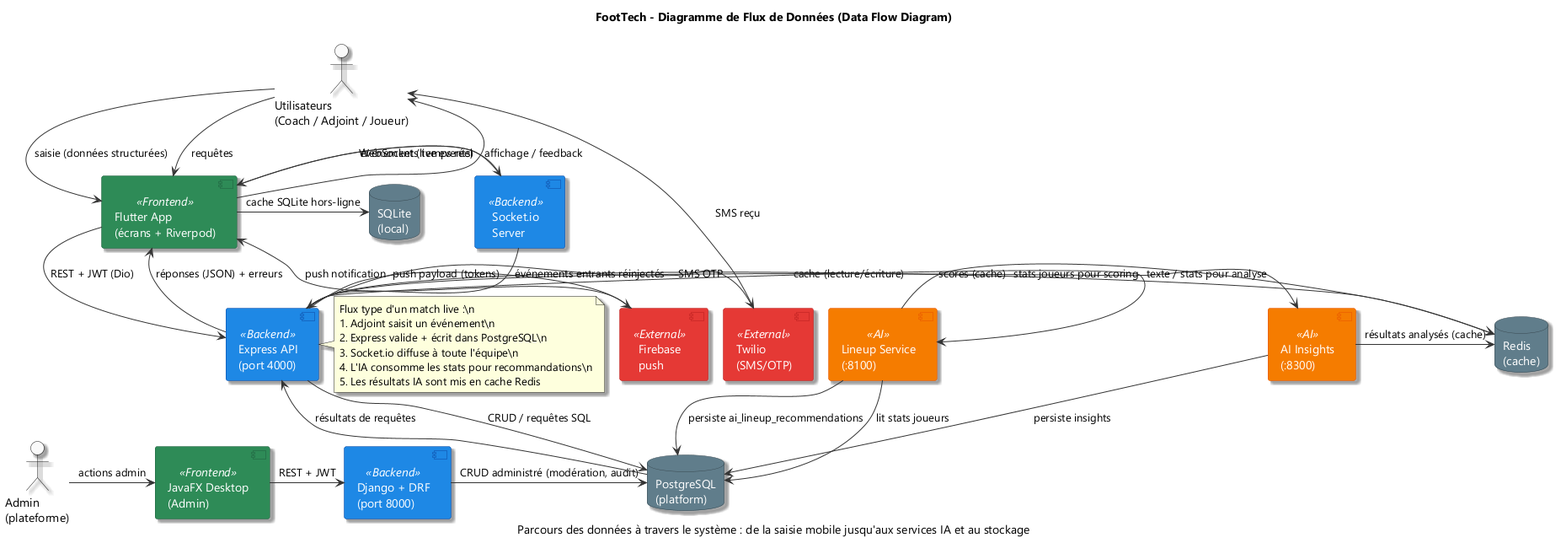
Earlier version of the PlantUML export diagrammes/12_data_flow.png (boubayafares/pfe_complete). The source it was exported from:
```plantuml
@startuml
!pragma layout smetana
title FootTech - Diagramme de Flux de Données (Data Flow Diagram)
caption Parcours des données à travers le système : de la saisie mobile jusqu'aux services IA et au stockage

skinparam backgroundColor #FFFFFF
skinparam defaultFontName "Segoe UI"
skinparam shadowing true
skinparam ArrowColor #333333

skinparam actor {
    BackgroundColor #FAFAFA
}
skinparam component {
    BackgroundColor #EEEEEE
    BorderColor #616161
}
skinparam component<<Frontend>> {
    BackgroundColor #2E8B57
    BorderColor #1F5C3D
    FontColor #FFFFFF
}
skinparam component<<Backend>> {
    BackgroundColor #1E88E5
    BorderColor #0D47A1
    FontColor #FFFFFF
}
skinparam component<<AI>> {
    BackgroundColor #F57C00
    BorderColor #E65100
    FontColor #FFFFFF
}
skinparam component<<External>> {
    BackgroundColor #E53935
    BorderColor #B71C1C
    FontColor #FFFFFF
}
skinparam database {
    BackgroundColor #607D8B
    BorderColor #37474F
    FontColor #FFFFFF
}

actor "Utilisateurs\n(Coach / Adjoint / Joueur)" as USERS
actor "Admin\n(plateforme)" as ADMIN

component "Flutter App\n(écrans + Riverpod)" as FLUTTER <<Frontend>>
component "JavaFX Desktop\n(Admin)" as JAVAFX <<Frontend>>

component "Express API\n(port 4000)" as EXPRESS <<Backend>>
component "Django + DRF\n(port 8000)" as DJANGO <<Backend>>
component "Socket.io\nServer" as SOCKET <<Backend>>

component "AI Insights\n(:8300)" as AI <<AI>>
component "Lineup Service\n(:8100)" as RECO <<AI>>
component "Firebase\npush" as FCM <<External>>
component "Twilio\n(SMS/OTP)" as TWILIO <<External>>

database "Redis\n(cache)" as REDIS
database "PostgreSQL\n(platform)" as PG
database "SQLite\n(local)" as LOCALDB


USERS -> FLUTTER : "saisie (données structurées)"
USERS -> FLUTTER : "requêtes"

FLUTTER -> EXPRESS : "REST + JWT (Dio)"
FLUTTER -> SOCKET : "WebSocket (live events)"

EXPRESS -> PG : "CRUD / requêtes SQL"
EXPRESS -> REDIS : "cache (lecture/écriture)"

EXPRESS -> AI : "texte / stats pour analyse"
EXPRESS -> RECO : "stats joueurs pour scoring"

AI -> REDIS : "résultats analysés (cache)"
RECO -> REDIS : "scores (cache)"
AI -> PG : "persiste insights"
RECO -> PG : "persiste ai_lineup_recommendations"
RECO -> PG : "lit stats joueurs"

EXPRESS -> FCM : "push payload (tokens)"
EXPRESS -> TWILIO : "SMS OTP"
SOCKET -> FLUTTER : "événements temps réel"
FCM -> FLUTTER : "push notification"
TWILIO -> USERS : "SMS reçu"
SOCKET -> EXPRESS : "événements entrants réinjectés"

FLUTTER -> LOCALDB : "cache SQLite hors-ligne"

ADMIN -> JAVAFX : "actions admin"
JAVAFX -> DJANGO : "REST + JWT"
DJANGO -> PG : "CRUD administré (modération, audit)"

EXPRESS --> FLUTTER : "réponses (JSON) + erreurs"
FLUTTER --> USERS : "affichage / feedback"
PG --> EXPRESS : "résultats de requêtes"

note right of EXPRESS
  Flux type d'un match live :\n
  1. Adjoint saisit un événement\n
  2. Express valide + écrit dans PostgreSQL\n
  3. Socket.io diffuse à toute l'équipe\n
  4. L'IA consomme les stats pour recommandations\n
  5. Les résultats IA sont mis en cache Redis
end note

@enduml
```
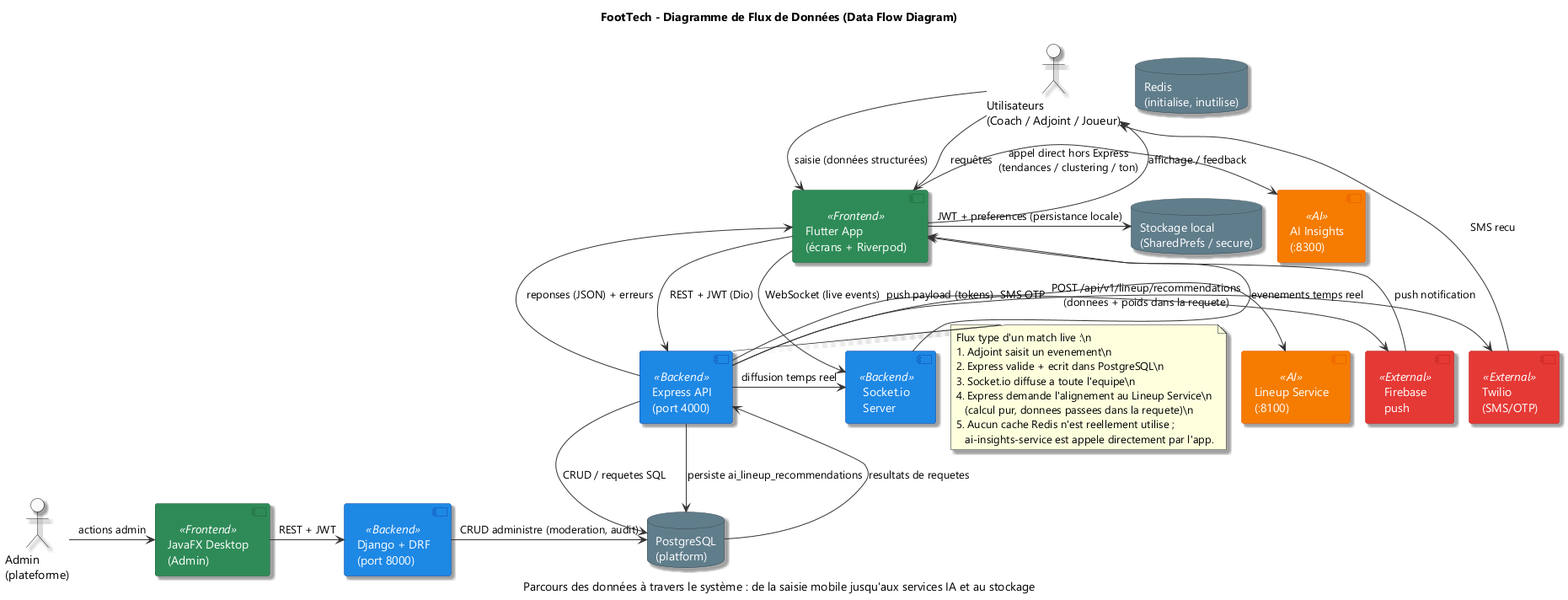
Above is the later version.

The edit, as a diff of the source:
```diff
@@ -56,9 +56,9 @@
 component "Firebase\npush" as FCM <<External>>
 component "Twilio\n(SMS/OTP)" as TWILIO <<External>>
 
-database "Redis\n(cache)" as REDIS
+database "Redis\n(initialise, inutilise)" as REDIS
 database "PostgreSQL\n(platform)" as PG
-database "SQLite\n(local)" as LOCALDB
+database "Stockage local\n(SharedPrefs / secure)" as LOCALDB
 
 
 USERS -> FLUTTER : "saisie (données structurées)"
@@ -66,43 +66,40 @@
 
 FLUTTER -> EXPRESS : "REST + JWT (Dio)"
 FLUTTER -> SOCKET : "WebSocket (live events)"
+FLUTTER -> AI : "appel direct hors Express\n(tendances / clustering / ton)"
 
-EXPRESS -> PG : "CRUD / requêtes SQL"
-EXPRESS -> REDIS : "cache (lecture/écriture)"
+EXPRESS -> PG : "CRUD / requetes SQL"
 
-EXPRESS -> AI : "texte / stats pour analyse"
-EXPRESS -> RECO : "stats joueurs pour scoring"
+EXPRESS -> RECO : "POST /api/v1/lineup/recommendations\n(donnees + poids dans la requete)"
 
-AI -> REDIS : "résultats analysés (cache)"
-RECO -> REDIS : "scores (cache)"
-AI -> PG : "persiste insights"
-RECO -> PG : "persiste ai_lineup_recommendations"
-RECO -> PG : "lit stats joueurs"
+EXPRESS -> PG : "persiste ai_lineup_recommendations"
 
 EXPRESS -> FCM : "push payload (tokens)"
 EXPRESS -> TWILIO : "SMS OTP"
-SOCKET -> FLUTTER : "événements temps réel"
+EXPRESS -> SOCKET : "diffusion temps reel"
+SOCKET -> FLUTTER : "evenements temps reel"
 FCM -> FLUTTER : "push notification"
-TWILIO -> USERS : "SMS reçu"
-SOCKET -> EXPRESS : "événements entrants réinjectés"
+TWILIO -> USERS : "SMS recu"
 
-FLUTTER -> LOCALDB : "cache SQLite hors-ligne"
+FLUTTER -> LOCALDB : "JWT + preferences (persistance locale)"
 
 ADMIN -> JAVAFX : "actions admin"
 JAVAFX -> DJANGO : "REST + JWT"
-DJANGO -> PG : "CRUD administré (modération, audit)"
+DJANGO -> PG : "CRUD administre (moderation, audit)"
 
-EXPRESS --> FLUTTER : "réponses (JSON) + erreurs"
+EXPRESS --> FLUTTER : "reponses (JSON) + erreurs"
 FLUTTER --> USERS : "affichage / feedback"
-PG --> EXPRESS : "résultats de requêtes"
+PG --> EXPRESS : "resultats de requetes"
 
 note right of EXPRESS
   Flux type d'un match live :\n
-  1. Adjoint saisit un événement\n
-  2. Express valide + écrit dans PostgreSQL\n
-  3. Socket.io diffuse à toute l'équipe\n
-  4. L'IA consomme les stats pour recommandations\n
-  5. Les résultats IA sont mis en cache Redis
+  1. Adjoint saisit un evenement\n
+  2. Express valide + ecrit dans PostgreSQL\n
+  3. Socket.io diffuse a toute l'equipe\n
+  4. Express demande l'alignement au Lineup Service\n
+     (calcul pur, donnees passees dans la requete)\n
+  5. Aucun cache Redis n'est reellement utilise ;
+     ai-insights-service est appele directement par l'app.
 end note
 
 @enduml
```
